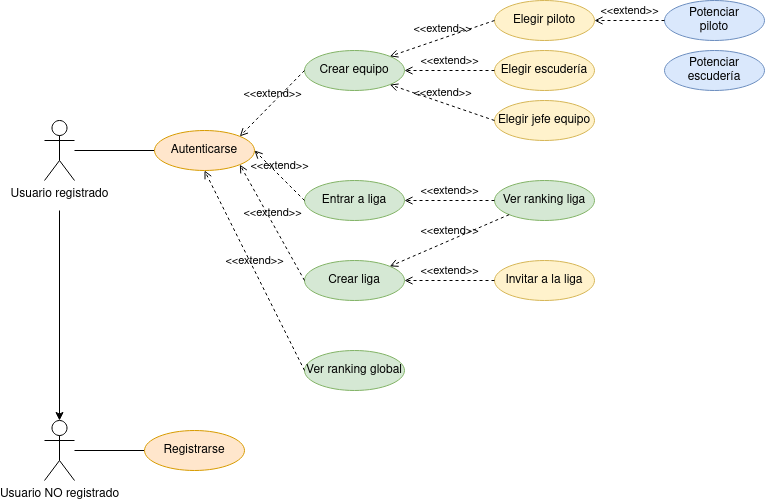
Earlier version of the draw.io export doc/diagramas/img/Diagrama_casos_uso.drawio.png (adrianhrb/proyecto_ETS). Source tidied: cells renumbered, new cells last; positions are measured from the earlier drawing's top-left corner, leaving out a move shared by most shapes.
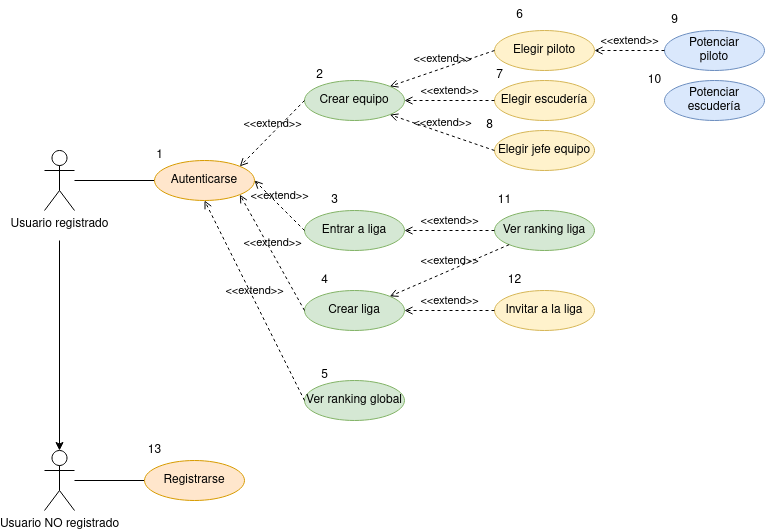
After the change.

Commit message:
Finalizado diagrama casos de uso #9

Diff of the diagram source:
```diff
@@ -94,5 +94,44 @@
     <mxCell id="31" value="&amp;lt;&amp;lt;extend&amp;gt;&amp;gt;" style="html=1;verticalAlign=bottom;labelBackgroundColor=none;endArrow=open;endFill=0;dashed=1;rounded=0;exitX=0;exitY=1;exitDx=0;exitDy=0;entryX=1;entryY=0;entryDx=0;entryDy=0;" parent="1" edge="1" source="19" target="13">
       <mxGeometry relative="1" as="geometry" />
     </mxCell>
+    <mxCell id="32" value="1" style="text;html=1;align=center;verticalAlign=middle;strokeColor=none;fillColor=none;" parent="1" vertex="1">
+      <mxGeometry x="100" y="110" width="30" height="30" as="geometry" />
+    </mxCell>
+    <mxCell id="33" value="2" style="text;html=1;align=center;verticalAlign=middle;strokeColor=none;fillColor=none;" parent="1" vertex="1">
+      <mxGeometry x="260" y="30" width="30" height="30" as="geometry" />
+    </mxCell>
+    <mxCell id="34" value="3" style="text;html=1;align=center;verticalAlign=middle;strokeColor=none;fillColor=none;" parent="1" vertex="1">
+      <mxGeometry x="275" y="155" width="30" height="30" as="geometry" />
+    </mxCell>
+    <mxCell id="35" value="4" style="text;html=1;align=center;verticalAlign=middle;strokeColor=none;fillColor=none;" parent="1" vertex="1">
+      <mxGeometry x="265" y="235" width="30" height="30" as="geometry" />
+    </mxCell>
+    <mxCell id="36" value="5" style="text;html=1;align=center;verticalAlign=middle;strokeColor=none;fillColor=none;" parent="1" vertex="1">
+      <mxGeometry x="265" y="330" width="30" height="30" as="geometry" />
+    </mxCell>
+    <mxCell id="37" value="6" style="text;html=1;align=center;verticalAlign=middle;strokeColor=none;fillColor=none;" parent="1" vertex="1">
+      <mxGeometry x="460" y="-30" width="30" height="30" as="geometry" />
+    </mxCell>
+    <mxCell id="38" value="7" style="text;html=1;align=center;verticalAlign=middle;strokeColor=none;fillColor=none;" parent="1" vertex="1">
+      <mxGeometry x="440" y="30" width="30" height="30" as="geometry" />
+    </mxCell>
+    <mxCell id="39" value="8" style="text;html=1;align=center;verticalAlign=middle;strokeColor=none;fillColor=none;" parent="1" vertex="1">
+      <mxGeometry x="430" y="80" width="30" height="30" as="geometry" />
+    </mxCell>
+    <mxCell id="40" value="9" style="text;html=1;align=center;verticalAlign=middle;strokeColor=none;fillColor=none;" parent="1" vertex="1">
+      <mxGeometry x="615" y="-25" width="30" height="30" as="geometry" />
+    </mxCell>
+    <mxCell id="41" value="10" style="text;html=1;align=center;verticalAlign=middle;strokeColor=none;fillColor=none;" parent="1" vertex="1">
+      <mxGeometry x="590" y="35" width="40" height="30" as="geometry" />
+    </mxCell>
+    <mxCell id="42" value="11" style="text;html=1;align=center;verticalAlign=middle;strokeColor=none;fillColor=none;" parent="1" vertex="1">
+      <mxGeometry x="440" y="155" width="40" height="30" as="geometry" />
+    </mxCell>
+    <mxCell id="43" value="12" style="text;html=1;align=center;verticalAlign=middle;strokeColor=none;fillColor=none;" parent="1" vertex="1">
+      <mxGeometry x="450" y="235" width="40" height="30" as="geometry" />
+    </mxCell>
+    <mxCell id="44" value="13" style="text;html=1;align=center;verticalAlign=middle;strokeColor=none;fillColor=none;" parent="1" vertex="1">
+      <mxGeometry x="90" y="405" width="40" height="30" as="geometry" />
+    </mxCell>
   </root>
 </mxGraphModel>
```
